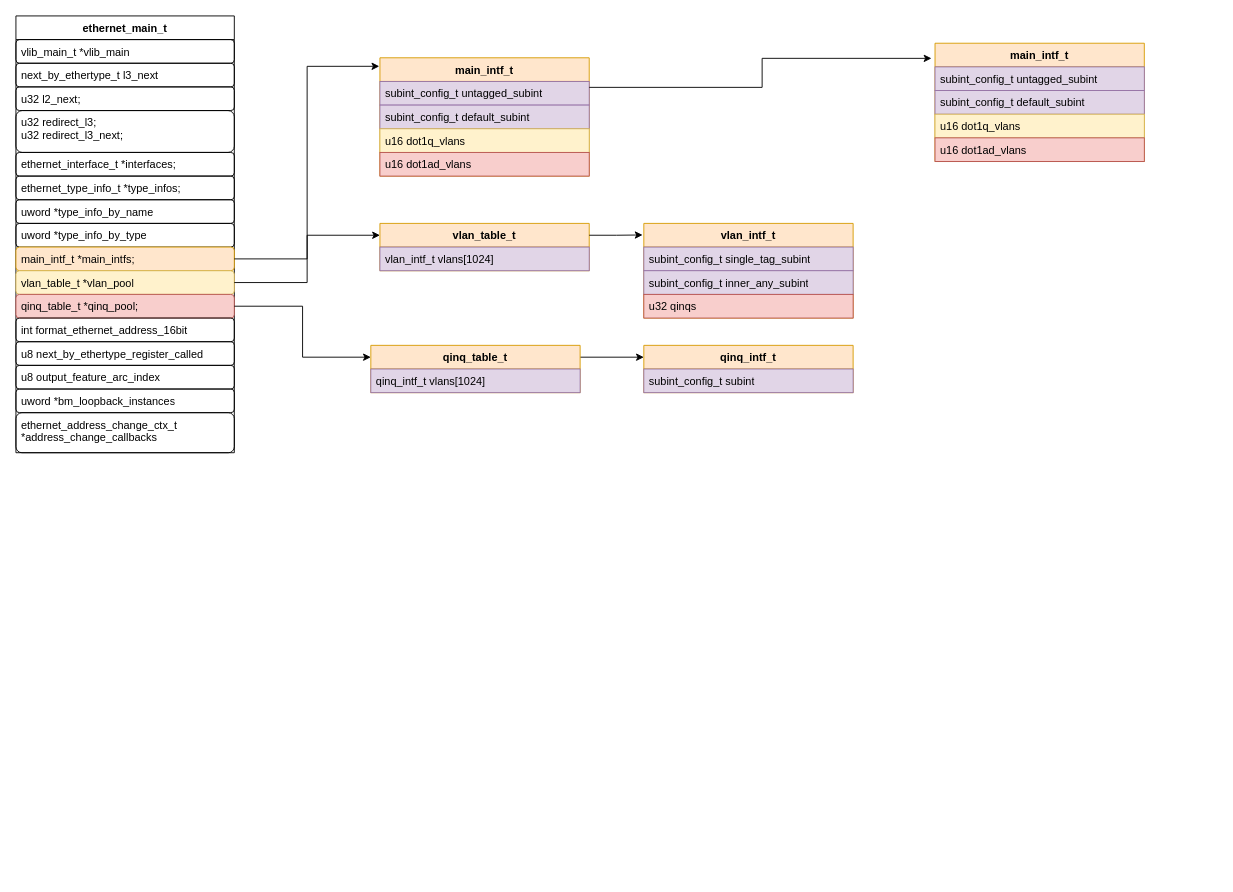
jin13417/dpdk-vpp-learning keeps this draw.io diagram as new_map/vlan_qinq.drawio. Above is the earlier version. Source tidied: cells renumbered, new cells numbered last; positions are measured from the earlier drawing's top-left corner, leaving out a move shared by most shapes. Both pictures are drawn from the tidied source at 91%, with x=0, y=0 at pixel (15, 15).
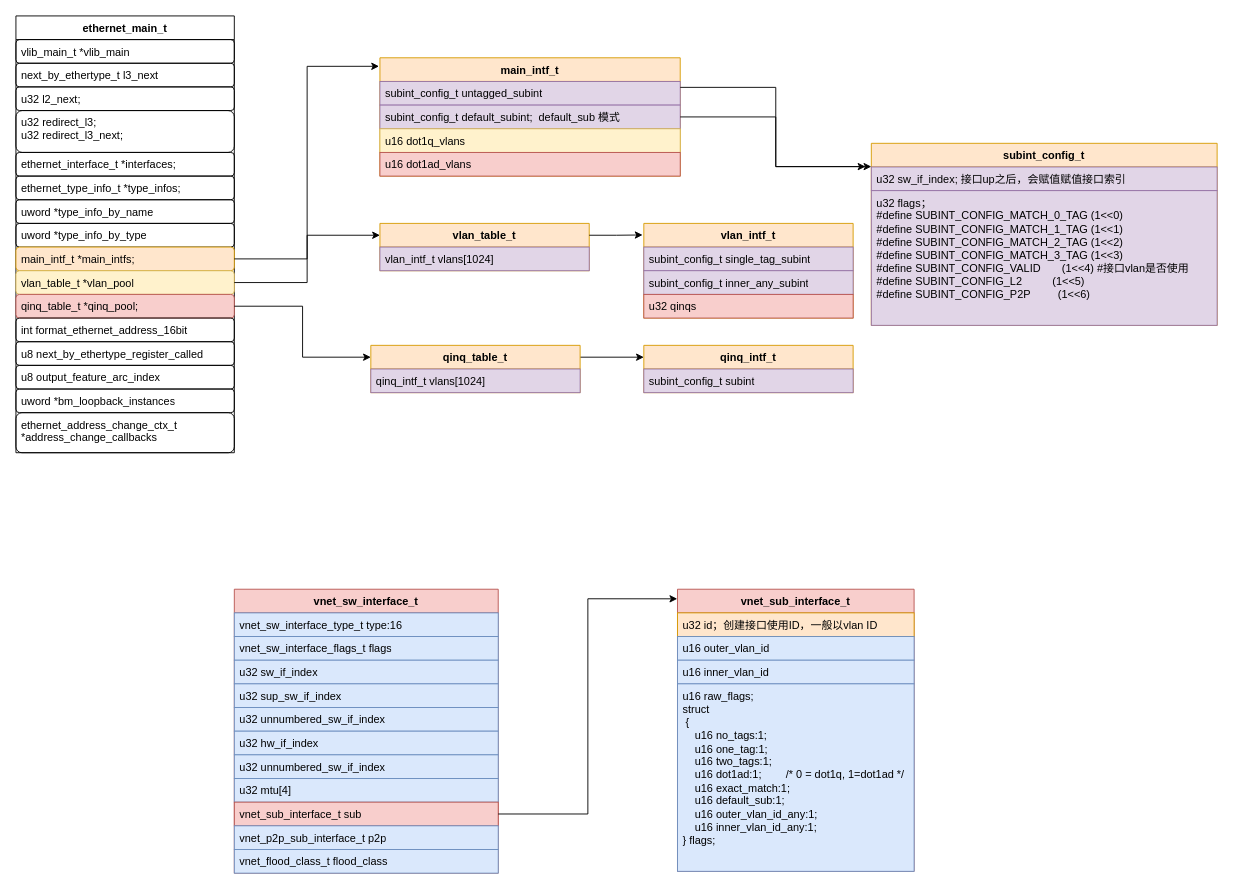
The same diagram, later.

The edit, as a diff of the source:
```diff
@@
     <mxCell id="19" value="main_intf_t" style="swimlane;fontStyle=1;align=center;verticalAlign=top;horizontal=1;startSize=26;whiteSpace=wrap;html=1;fillColor=#ffe6cc;strokeColor=#d79b00;" parent="1" vertex="1">
-      <mxGeometry x="400" y="46" width="230" height="130" as="geometry" />
+      <mxGeometry x="400" y="46" width="330" height="130" as="geometry" />
     </mxCell>
     <mxCell id="20" value="subint_config_t untagged_subint" style="text;strokeColor=#9673a6;fillColor=#e1d5e7;align=left;verticalAlign=top;spacingLeft=4;spacingRight=4;overflow=hidden;whiteSpace=wrap;html=1;" parent="19" vertex="1">
-      <mxGeometry y="26" width="230" height="26" as="geometry" />
+      <mxGeometry y="26" width="330" height="26" as="geometry" />
     </mxCell>
-    <mxCell id="21" value="subint_config_t default_subint" style="text;strokeColor=#9673a6;fillColor=#e1d5e7;align=left;verticalAlign=top;spacingLeft=4;spacingRight=4;overflow=hidden;whiteSpace=wrap;html=1;" parent="19" vertex="1">
-      <mxGeometry y="52" width="230" height="26" as="geometry" />
+    <mxCell id="21" value="subint_config_t default_subint;&amp;nbsp; default_sub 模式" style="text;strokeColor=#9673a6;fillColor=#e1d5e7;align=left;verticalAlign=top;spacingLeft=4;spacingRight=4;overflow=hidden;whiteSpace=wrap;html=1;" parent="19" vertex="1">
+      <mxGeometry y="52" width="330" height="26" as="geometry" />
     </mxCell>
     <mxCell id="22" value="u16 dot1q_vlans" style="text;strokeColor=#d6b656;fillColor=#fff2cc;align=left;verticalAlign=top;spacingLeft=4;spacingRight=4;overflow=hidden;whiteSpace=wrap;html=1;" parent="19" vertex="1">
-      <mxGeometry y="78" width="230" height="26" as="geometry" />
+      <mxGeometry y="78" width="330" height="26" as="geometry" />
     </mxCell>
     <mxCell id="23" value="u16 dot1ad_vlans" style="text;strokeColor=#b85450;fillColor=#f8cecc;align=left;verticalAlign=top;spacingLeft=4;spacingRight=4;overflow=hidden;whiteSpace=wrap;html=1;" parent="19" vertex="1">
-      <mxGeometry y="104" width="230" height="26" as="geometry" />
+      <mxGeometry y="104" width="330" height="26" as="geometry" />
     </mxCell>
@@
-    <mxCell id="35" value="main_intf_t" style="swimlane;fontStyle=1;align=center;verticalAlign=top;horizontal=1;startSize=26;whiteSpace=wrap;html=1;fillColor=#ffe6cc;strokeColor=#d79b00;" parent="1" vertex="1">
-      <mxGeometry x="1010" y="30" width="230" height="130" as="geometry" />
+    <mxCell id="35" value="subint_config_t" style="swimlane;fontStyle=1;align=center;verticalAlign=top;horizontal=1;startSize=26;whiteSpace=wrap;html=1;fillColor=#ffe6cc;strokeColor=#d79b00;" parent="1" vertex="1">
+      <mxGeometry x="940" y="140" width="380" height="200" as="geometry" />
     </mxCell>
-    <mxCell id="36" value="subint_config_t untagged_subint" style="text;strokeColor=#9673a6;fillColor=#e1d5e7;align=left;verticalAlign=top;spacingLeft=4;spacingRight=4;overflow=hidden;whiteSpace=wrap;html=1;" parent="35" vertex="1">
-      <mxGeometry y="26" width="230" height="26" as="geometry" />
+    <mxCell id="36" value="u32 sw_if_index; 接口up之后，会赋值赋值接口索引" style="text;strokeColor=#9673a6;fillColor=#e1d5e7;align=left;verticalAlign=top;spacingLeft=4;spacingRight=4;overflow=hidden;whiteSpace=wrap;html=1;" parent="35" vertex="1">
+      <mxGeometry y="26" width="380" height="26" as="geometry" />
     </mxCell>
-    <mxCell id="37" value="subint_config_t default_subint" style="text;strokeColor=#9673a6;fillColor=#e1d5e7;align=left;verticalAlign=top;spacingLeft=4;spacingRight=4;overflow=hidden;whiteSpace=wrap;html=1;" parent="35" vertex="1">
-      <mxGeometry y="52" width="230" height="26" as="geometry" />
+    <mxCell id="37" value="u32 flags；&lt;br&gt;&lt;div&gt;#define SUBINT_CONFIG_MATCH_0_TAG (1&amp;lt;&amp;lt;0)&lt;/div&gt;&lt;div&gt;#define SUBINT_CONFIG_MATCH_1_TAG (1&amp;lt;&amp;lt;1)&lt;/div&gt;&lt;div&gt;#define SUBINT_CONFIG_MATCH_2_TAG (1&amp;lt;&amp;lt;2)&lt;/div&gt;&lt;div&gt;#define SUBINT_CONFIG_MATCH_3_TAG (1&amp;lt;&amp;lt;3)&lt;/div&gt;&lt;div&gt;#define SUBINT_CONFIG_VALID&amp;nbsp; &amp;nbsp; &amp;nbsp; &amp;nbsp;(1&amp;lt;&amp;lt;4) #接口vlan是否使用&lt;/div&gt;&lt;div&gt;#define SUBINT_CONFIG_L2&amp;nbsp; &amp;nbsp; &amp;nbsp; &amp;nbsp; &amp;nbsp; (1&amp;lt;&amp;lt;5)&lt;/div&gt;&lt;div&gt;#define SUBINT_CONFIG_P2P&amp;nbsp; &amp;nbsp; &amp;nbsp; &amp;nbsp; &amp;nbsp;(1&amp;lt;&amp;lt;6)&lt;/div&gt;" style="text;strokeColor=#9673a6;fillColor=#e1d5e7;align=left;verticalAlign=top;spacingLeft=4;spacingRight=4;overflow=hidden;whiteSpace=wrap;html=1;" parent="35" vertex="1">
+      <mxGeometry y="52" width="380" height="148" as="geometry" />
     </mxCell>
-    <mxCell id="38" value="u16 dot1q_vlans" style="text;strokeColor=#d6b656;fillColor=#fff2cc;align=left;verticalAlign=top;spacingLeft=4;spacingRight=4;overflow=hidden;whiteSpace=wrap;html=1;" parent="35" vertex="1">
-      <mxGeometry y="78" width="230" height="26" as="geometry" />
-    </mxCell>
-    <mxCell id="39" value="u16 dot1ad_vlans" style="text;strokeColor=#b85450;fillColor=#f8cecc;align=left;verticalAlign=top;spacingLeft=4;spacingRight=4;overflow=hidden;whiteSpace=wrap;html=1;" parent="35" vertex="1">
-      <mxGeometry y="104" width="230" height="26" as="geometry" />
-    </mxCell>
@@
+    <mxCell id="45" style="edgeStyle=orthogonalEdgeStyle;rounded=0;jettySize=auto;html=1;exitX=1;exitY=0.5;exitDx=0;exitDy=0;entryX=0;entryY=0.128;entryDx=0;entryDy=0;entryPerimeter=0;" parent="1" edge="1" source="19" target="35">
+      <mxGeometry relative="1" as="geometry" />
+    </mxCell>
+    <mxCell id="46" value="vnet_sw_interface_t" style="swimlane;fontStyle=1;align=center;verticalAlign=top;horizontal=1;startSize=26;whiteSpace=wrap;html=1;fillColor=#f8cecc;strokeColor=#b85450;" parent="1" vertex="1">
+      <mxGeometry x="240" y="630" width="290" height="312" as="geometry" />
+    </mxCell>
+    <mxCell id="47" value="vnet_sw_interface_type_t type:16" style="text;strokeColor=#6c8ebf;fillColor=#dae8fc;align=left;verticalAlign=top;spacingLeft=4;spacingRight=4;overflow=hidden;whiteSpace=wrap;html=1;" parent="46" vertex="1">
+      <mxGeometry y="26" width="290" height="26" as="geometry" />
+    </mxCell>
+    <mxCell id="48" value="vnet_sw_interface_flags_t flags" style="text;strokeColor=#6c8ebf;fillColor=#dae8fc;align=left;verticalAlign=top;spacingLeft=4;spacingRight=4;overflow=hidden;whiteSpace=wrap;html=1;" parent="46" vertex="1">
+      <mxGeometry y="52" width="290" height="26" as="geometry" />
+    </mxCell>
+    <mxCell id="49" value="u32 sw_if_index" style="text;strokeColor=#6c8ebf;fillColor=#dae8fc;align=left;verticalAlign=top;spacingLeft=4;spacingRight=4;overflow=hidden;whiteSpace=wrap;html=1;" parent="46" vertex="1">
+      <mxGeometry y="78" width="290" height="26" as="geometry" />
+    </mxCell>
+    <mxCell id="50" value="u32 sup_sw_if_index" style="text;strokeColor=#6c8ebf;fillColor=#dae8fc;align=left;verticalAlign=top;spacingLeft=4;spacingRight=4;overflow=hidden;whiteSpace=wrap;html=1;" parent="46" vertex="1">
+      <mxGeometry y="104" width="290" height="26" as="geometry" />
+    </mxCell>
+    <mxCell id="51" value="u32 unnumbered_sw_if_index" style="text;strokeColor=#6c8ebf;fillColor=#dae8fc;align=left;verticalAlign=top;spacingLeft=4;spacingRight=4;overflow=hidden;whiteSpace=wrap;html=1;" parent="46" vertex="1">
+      <mxGeometry y="130" width="290" height="26" as="geometry" />
+    </mxCell>
+    <mxCell id="52" value="u32 hw_if_index" style="text;strokeColor=#6c8ebf;fillColor=#dae8fc;align=left;verticalAlign=top;spacingLeft=4;spacingRight=4;overflow=hidden;whiteSpace=wrap;html=1;" parent="46" vertex="1">
+      <mxGeometry y="156" width="290" height="26" as="geometry" />
+    </mxCell>
+    <mxCell id="53" value="u32 unnumbered_sw_if_index" style="text;strokeColor=#6c8ebf;fillColor=#dae8fc;align=left;verticalAlign=top;spacingLeft=4;spacingRight=4;overflow=hidden;whiteSpace=wrap;html=1;" parent="46" vertex="1">
+      <mxGeometry y="182" width="290" height="26" as="geometry" />
+    </mxCell>
+    <mxCell id="54" value="u32 mtu[4]" style="text;strokeColor=#6c8ebf;fillColor=#dae8fc;align=left;verticalAlign=top;spacingLeft=4;spacingRight=4;overflow=hidden;whiteSpace=wrap;html=1;" parent="46" vertex="1">
+      <mxGeometry y="208" width="290" height="26" as="geometry" />
+    </mxCell>
+    <mxCell id="55" value="vnet_sub_interface_t sub" style="text;strokeColor=#b85450;fillColor=#f8cecc;align=left;verticalAlign=top;spacingLeft=4;spacingRight=4;overflow=hidden;points=[[0,0.5],[1,0.5]];portConstraint=eastwest;whiteSpace=wrap;html=1;" parent="46" vertex="1">
+      <mxGeometry y="234" width="290" height="26" as="geometry" />
+    </mxCell>
+    <mxCell id="56" value="vnet_p2p_sub_interface_t p2p" style="text;strokeColor=#6c8ebf;fillColor=#dae8fc;align=left;verticalAlign=top;spacingLeft=4;spacingRight=4;overflow=hidden;whiteSpace=wrap;html=1;" parent="46" vertex="1">
+      <mxGeometry y="260" width="290" height="26" as="geometry" />
+    </mxCell>
+    <mxCell id="57" value="vnet_flood_class_t flood_class" style="text;strokeColor=#6c8ebf;fillColor=#dae8fc;align=left;verticalAlign=top;spacingLeft=4;spacingRight=4;overflow=hidden;whiteSpace=wrap;html=1;" parent="46" vertex="1">
+      <mxGeometry y="286" width="290" height="26" as="geometry" />
+    </mxCell>
+    <mxCell id="58" value="vnet_sub_interface_t" style="swimlane;fontStyle=1;align=center;verticalAlign=top;horizontal=1;startSize=26;whiteSpace=wrap;html=1;fillColor=#f8cecc;strokeColor=#b85450;" parent="1" vertex="1">
+      <mxGeometry x="727" y="630" width="260" height="310" as="geometry" />
+    </mxCell>
+    <mxCell id="59" value="u32 id；创建接口使用ID，一般以vlan ID" style="text;strokeColor=#d79b00;fillColor=#ffe6cc;align=left;verticalAlign=top;spacingLeft=4;spacingRight=4;overflow=hidden;whiteSpace=wrap;html=1;" parent="58" vertex="1">
+      <mxGeometry y="26" width="260" height="26" as="geometry" />
+    </mxCell>
+    <mxCell id="60" value="u16 outer_vlan_id" style="text;strokeColor=#6c8ebf;fillColor=#dae8fc;align=left;verticalAlign=top;spacingLeft=4;spacingRight=4;overflow=hidden;whiteSpace=wrap;html=1;" parent="58" vertex="1">
+      <mxGeometry y="52" width="260" height="26" as="geometry" />
+    </mxCell>
+    <mxCell id="61" value="u16 inner_vlan_id" style="text;strokeColor=#6c8ebf;fillColor=#dae8fc;align=left;verticalAlign=top;spacingLeft=4;spacingRight=4;overflow=hidden;whiteSpace=wrap;html=1;" parent="58" vertex="1">
+      <mxGeometry y="78" width="260" height="26" as="geometry" />
+    </mxCell>
+    <mxCell id="62" value="&lt;div&gt;u16 raw_flags;&lt;/div&gt;&lt;div&gt;struct&lt;/div&gt;&lt;div&gt;&amp;nbsp;{&lt;/div&gt;&lt;div&gt;&amp;nbsp; &amp;nbsp; u16 no_tags:1;&lt;span style=&quot;&quot;&gt;&lt;/span&gt;&lt;/div&gt;&lt;div&gt;&lt;span style=&quot;&quot;&gt;&lt;span style=&quot;&quot;&gt;&lt;span style=&quot;white-space: pre;&quot;&gt;&amp;nbsp;&amp;nbsp;&amp;nbsp;&amp;nbsp;&lt;/span&gt;&lt;/span&gt;u16 one_tag:1;&lt;/span&gt;&lt;/div&gt;&lt;div&gt;&lt;span style=&quot;&quot;&gt;&lt;span style=&quot;&quot;&gt;&lt;span style=&quot;white-space: pre;&quot;&gt;&amp;nbsp;&amp;nbsp;&amp;nbsp;&amp;nbsp;&lt;/span&gt;&lt;/span&gt;u16 two_tags:1;&lt;/span&gt;&lt;/div&gt;&lt;div&gt;&lt;span style=&quot;&quot;&gt;&lt;span style=&quot;&quot;&gt;&lt;span style=&quot;white-space: pre;&quot;&gt;&amp;nbsp;&amp;nbsp;&amp;nbsp;&amp;nbsp;&lt;/span&gt;&lt;/span&gt;u16 dot1ad:1;&lt;span style=&quot;&quot;&gt;&lt;span style=&quot;white-space: pre;&quot;&gt;&amp;nbsp;&amp;nbsp;&amp;nbsp;&amp;nbsp;&lt;/span&gt;&lt;span style=&quot;white-space: pre;&quot;&gt;&amp;nbsp;&amp;nbsp;&amp;nbsp;&amp;nbsp;&lt;/span&gt;&lt;/span&gt;/* 0 = dot1q, 1=dot1ad */&lt;/span&gt;&lt;/div&gt;&lt;div&gt;&lt;span style=&quot;&quot;&gt;&lt;span style=&quot;&quot;&gt;&lt;span style=&quot;white-space: pre;&quot;&gt;&amp;nbsp;&amp;nbsp;&amp;nbsp;&amp;nbsp;&lt;/span&gt;&lt;/span&gt;u16 exact_match:1;&lt;/span&gt;&lt;/div&gt;&lt;div&gt;&lt;span style=&quot;&quot;&gt;&lt;span style=&quot;&quot;&gt;&lt;span style=&quot;white-space: pre;&quot;&gt;&amp;nbsp;&amp;nbsp;&amp;nbsp;&amp;nbsp;&lt;/span&gt;&lt;/span&gt;u16 default_sub:1;&lt;/span&gt;&lt;/div&gt;&lt;div&gt;&lt;span style=&quot;&quot;&gt;&lt;span style=&quot;&quot;&gt;&lt;span style=&quot;white-space: pre;&quot;&gt;&amp;nbsp;&amp;nbsp;&amp;nbsp;&amp;nbsp;&lt;/span&gt;&lt;/span&gt;u16 outer_vlan_id_any:1;&lt;/span&gt;&lt;/div&gt;&lt;div&gt;&lt;span style=&quot;&quot;&gt;&lt;span style=&quot;&quot;&gt;&lt;span style=&quot;white-space: pre;&quot;&gt;&amp;nbsp;&amp;nbsp;&amp;nbsp;&amp;nbsp;&lt;/span&gt;&lt;/span&gt;u16 inner_vlan_id_any:1;&lt;/span&gt;&lt;/div&gt;&lt;div&gt;&lt;span style=&quot;background-color: initial;&quot;&gt;} flags;&lt;/span&gt;&lt;/div&gt;" style="text;strokeColor=#6c8ebf;fillColor=#dae8fc;align=left;verticalAlign=top;spacingLeft=4;spacingRight=4;overflow=hidden;whiteSpace=wrap;html=1;" parent="58" vertex="1">
+      <mxGeometry y="104" width="260" height="206" as="geometry" />
+    </mxCell>
+    <mxCell id="63" style="edgeStyle=orthogonalEdgeStyle;rounded=0;jettySize=auto;html=1;exitX=1;exitY=0.5;exitDx=0;exitDy=0;entryX=-0.001;entryY=0.034;entryDx=0;entryDy=0;entryPerimeter=0;" parent="1" edge="1" source="55" target="58">
+      <mxGeometry relative="1" as="geometry" />
+    </mxCell>
```
